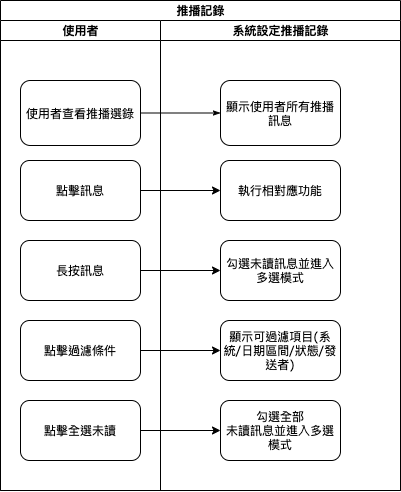
Earlier version of the draw.io export 8.10.0/UPDATE/ITEM_2/MAE/image/workflow_record.png (ArcareRD/sadocs). Source tidied: cells renumbered, new cells last; positions are measured from the earlier drawing's top-left corner, leaving out a move shared by most shapes.
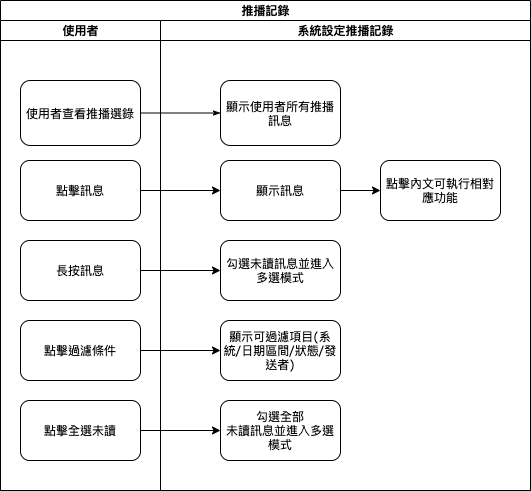
After the commit.

Diff of the diagram source:
```diff
@@ -3,7 +3,7 @@
     <mxCell id="0" />
     <mxCell id="1" parent="0" />
     <mxCell id="2" value="推播記錄" style="swimlane;html=1;startSize=20;rounded=0;shadow=0;labelBackgroundColor=none;strokeWidth=1;fontFamily=Verdana;fontSize=8;align=center;" parent="1" vertex="1">
-      <mxGeometry width="400" height="490" as="geometry" />
+      <mxGeometry width="530" height="490" as="geometry" />
     </mxCell>
     <mxCell id="3" value="使用者" style="swimlane;html=1;startSize=20;" parent="2" vertex="1">
       <mxGeometry y="20" width="160" height="470" as="geometry" />
@@ -39,12 +39,12 @@
       <mxGeometry relative="1" as="geometry" />
     </mxCell>
     <mxCell id="14" value="系統設定推播記錄" style="swimlane;html=1;startSize=20;" parent="2" vertex="1">
-      <mxGeometry x="160" y="20" width="240" height="470" as="geometry" />
+      <mxGeometry x="160" y="20" width="370" height="470" as="geometry" />
     </mxCell>
     <mxCell id="15" value="顯示使用者所有推播訊息" style="rounded=1;whiteSpace=wrap;html=1;shadow=0;labelBackgroundColor=none;strokeWidth=1;fontFamily=Verdana;fontSize=8;align=center;" parent="14" vertex="1">
       <mxGeometry x="60" y="60" width="120" height="65" as="geometry" />
     </mxCell>
-    <mxCell id="16" value="&lt;span&gt;執行相對應功能&lt;/span&gt;" style="whiteSpace=wrap;html=1;rounded=1;shadow=0;fontFamily=Verdana;fontSize=8;strokeWidth=1;" parent="14" vertex="1">
+    <mxCell id="16" value="&lt;span&gt;顯示訊息&lt;/span&gt;" style="whiteSpace=wrap;html=1;rounded=1;shadow=0;fontFamily=Verdana;fontSize=8;strokeWidth=1;" parent="14" vertex="1">
       <mxGeometry x="60" y="140" width="120" height="60" as="geometry" />
     </mxCell>
     <mxCell id="17" value="&lt;span&gt;勾選未讀訊息並進入多選模式&lt;/span&gt;" style="whiteSpace=wrap;html=1;rounded=1;shadow=0;fontFamily=Verdana;fontSize=8;strokeWidth=1;" parent="14" vertex="1">
@@ -56,5 +56,11 @@
     <mxCell id="19" value="&lt;span&gt;勾選全部&lt;/span&gt;&lt;br&gt;&lt;span&gt;未讀訊息並進入多選模式&lt;/span&gt;" style="whiteSpace=wrap;html=1;rounded=1;shadow=0;fontFamily=Verdana;fontSize=8;strokeWidth=1;" parent="14" vertex="1">
       <mxGeometry x="60" y="380" width="120" height="60" as="geometry" />
     </mxCell>
+    <mxCell id="20" value="點擊內文可執行相對應功能" style="whiteSpace=wrap;html=1;rounded=1;shadow=0;fontFamily=Verdana;fontSize=8;strokeWidth=1;" parent="14" vertex="1">
+      <mxGeometry x="220" y="140" width="120" height="60" as="geometry" />
+    </mxCell>
+    <mxCell id="21" style="edgeStyle=orthogonalEdgeStyle;rounded=1;jettySize=auto;html=1;" parent="14" edge="1" source="16" target="20">
+      <mxGeometry relative="1" as="geometry" />
+    </mxCell>
   </root>
 </mxGraphModel>
```
